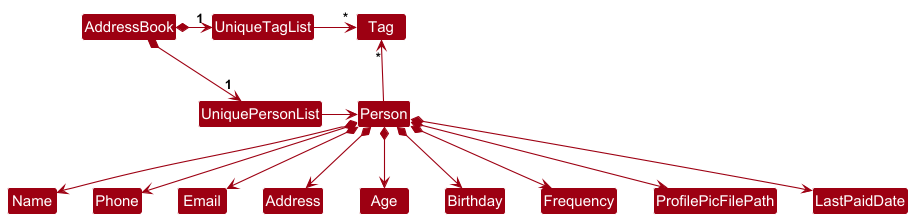
The PlantUML diagram docs/images/BetterModelClassDiagram.png in nus-cs2103-AY2425S1/tp, before a commit. Source of this version:
```plantuml
@startuml
!include style.puml
skinparam arrowThickness 1.1
skinparam arrowColor MODEL_COLOR
skinparam classBackgroundColor MODEL_COLOR

AddressBook *-right-> "1" UniquePersonList
AddressBook *-right-> "1" UniqueTagList
UniqueTagList -[hidden]down- UniquePersonList
UniqueTagList -[hidden]down- UniquePersonList

UniqueTagList -right-> "*" Tag
UniquePersonList -right-> Person

Person -up-> "*" Tag

Person *--> Name
Person *--> Phone
Person *--> Email
Person *--> Address
Person *--> Age
Person *--> Birthday
Person *--> Frequency
Person *--> ProfilePicFilePath
Person *--> LastPaidDate
@enduml
```
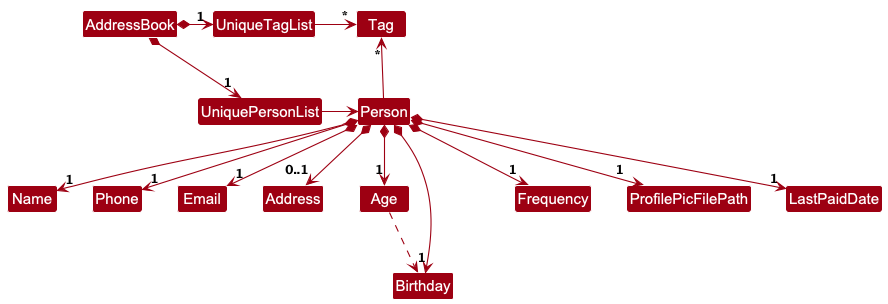
The same diagram one commit later.

What changed in the source:
```diff
@@ -14,13 +14,14 @@
 
 Person -up-> "*" Tag
 
-Person *--> Name
-Person *--> Phone
-Person *--> Email
-Person *--> Address
-Person *--> Age
-Person *--> Birthday
-Person *--> Frequency
-Person *--> ProfilePicFilePath
-Person *--> LastPaidDate
+Person *--> "1" Name
+Person *--> "1" Phone
+Person *--> "1" Email
+Person *--> "0..1" Address
+Person *--> "1" Age
+Age ..> Birthday
+Person *--> "1" Birthday
+Person *--> "1" Frequency
+Person *--> "1" ProfilePicFilePath
+Person *--> "1" LastPaidDate
 @enduml
```
